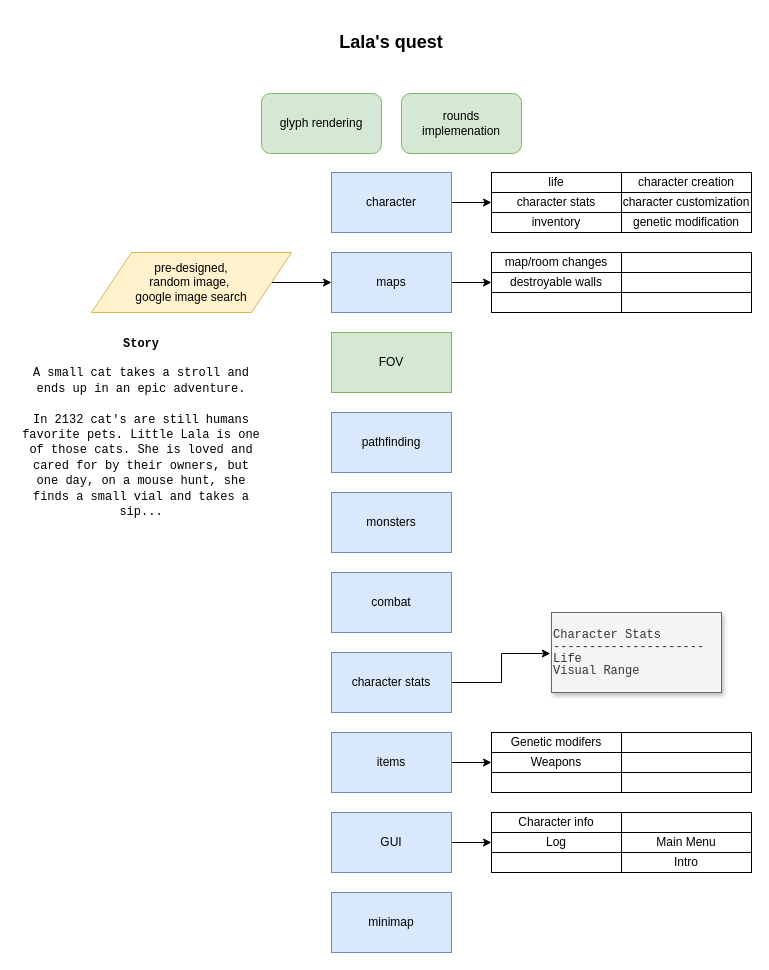
This is TODO.drawio from torlenor/asciiventure, a draw.io file, before an edit. Source tidied: cells renumbered, new cells numbered last; positions are measured from the earlier drawing's top-left corner, leaving out a move shared by most shapes. Both pictures are drawn from the tidied source at 100%, with x=0, y=0 at pixel (21, 32).
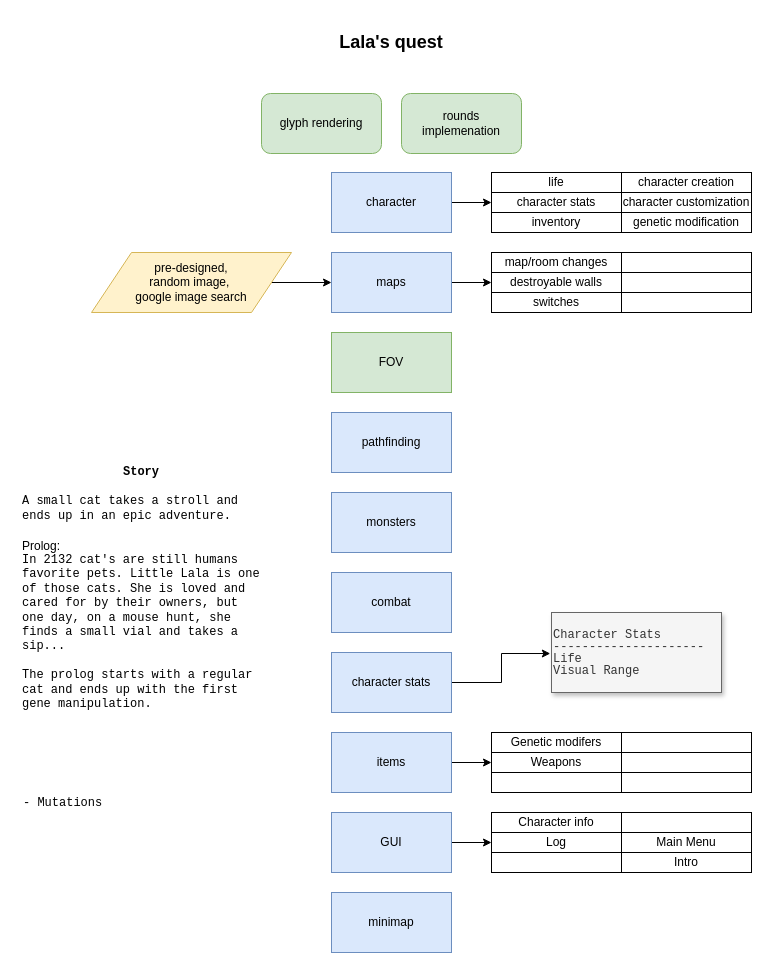
The same diagram, later.

Unchanged cells that the change refers to:
```xml
<mxCell id="28" style="group;" parent="1" vertex="1">
  <mxGeometry x="470" y="220" width="260" height="60" as="geometry" />
</mxCell>
```

Change to the diagram source:
```diff
@@
-    <mxCell id="33" style="rounded=0;whiteSpace=wrap;html=1;" parent="28" vertex="1">
+    <mxCell id="33" value="switches" style="rounded=0;whiteSpace=wrap;html=1;" parent="28" vertex="1">
       <mxGeometry y="40" width="130" height="20" as="geometry" />
     </mxCell>
@@
-    <mxCell id="43" value="&lt;b style=&quot;font-family: monospace&quot;&gt;Story&lt;/b&gt;&lt;br style=&quot;font-family: monospace&quot;&gt;&lt;br style=&quot;font-family: monospace&quot;&gt;&lt;span style=&quot;font-family: monospace&quot;&gt;A small cat takes a stroll and ends up in an epic adventure.&lt;br&gt;&lt;br&gt;In 2132 cat's are still humans favorite pets. Little Lala is one of those cats. She is loved and cared for by their owners, but one day, on a mouse hunt, she finds a small vial and takes a sip...&lt;br&gt;&lt;/span&gt;" style="text;html=1;strokeColor=none;fillColor=none;align=center;verticalAlign=middle;whiteSpace=wrap;rounded=0;shadow=1;glass=0;" parent="1" vertex="1">
-      <mxGeometry y="310" width="240" height="170" as="geometry" />
+    <mxCell id="43" value="&lt;b style=&quot;font-family: monospace&quot;&gt;Story&lt;/b&gt;&lt;br style=&quot;font-family: monospace&quot;&gt;&lt;div style=&quot;text-align: left&quot;&gt;&lt;font face=&quot;monospace&quot;&gt;&lt;br&gt;&lt;/font&gt;&lt;/div&gt;&lt;div style=&quot;font-family: monospace ; text-align: left&quot;&gt;&lt;span&gt;A small cat takes a stroll and ends up in an epic adventure.&lt;/span&gt;&lt;/div&gt;&lt;div style=&quot;text-align: left&quot;&gt;&lt;font face=&quot;monospace&quot;&gt;&lt;br&gt;&lt;/font&gt;&lt;/div&gt;&lt;div style=&quot;text-align: left&quot;&gt;Prolog:&lt;/div&gt;&lt;font face=&quot;monospace&quot;&gt;&lt;div style=&quot;text-align: left&quot;&gt;&lt;span&gt;In 2132 cat's are still humans favorite pets. Little Lala is one of those cats. She is loved and cared for by their owners, but one day, on a mouse hunt, she finds a small vial and takes a sip...&lt;/span&gt;&lt;/div&gt;&lt;div style=&quot;text-align: left&quot;&gt;&lt;span&gt;&lt;br&gt;&lt;/span&gt;&lt;/div&gt;&lt;div style=&quot;text-align: left&quot;&gt;&lt;span&gt;The prolog starts with a regular cat and ends up with the first gene manipulation.&lt;/span&gt;&lt;/div&gt;&lt;/font&gt;" style="text;html=1;strokeColor=none;fillColor=none;align=center;verticalAlign=middle;whiteSpace=wrap;rounded=0;shadow=1;glass=0;" parent="1" vertex="1">
+      <mxGeometry y="310" width="240" height="490" as="geometry" />
     </mxCell>
@@
+    <mxCell id="52" value="&lt;font face=&quot;Courier New&quot;&gt;- Mutations&lt;br&gt;&lt;/font&gt;" style="text;html=1;strokeColor=none;fillColor=none;align=left;verticalAlign=middle;whiteSpace=wrap;rounded=0;" parent="1" vertex="1">
+      <mxGeometry y="730" width="230" height="80" as="geometry" />
+    </mxCell>
```
